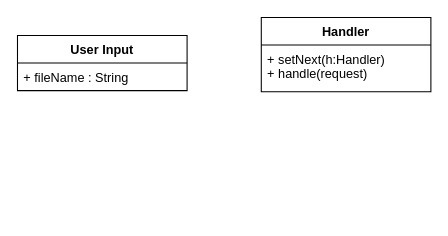
Before: Untitled Diagram.drawio in 335689832/Refactoring_AnswerCheck_GW_NC_SH, a draw.io diagram. Source tidied: cells renumbered, new cells numbered last; positions are measured from the earlier drawing's top-left corner, leaving out a move shared by most shapes. Both pictures are drawn from the tidied source at 106%, with x=0, y=0 at pixel (17, 17).
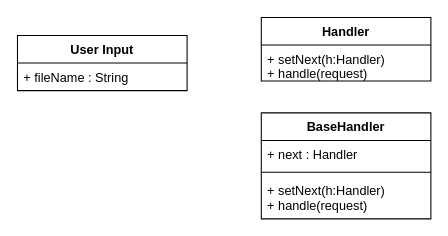
The same page after the edit.

The edit, as a diff of the source:
```diff
@@
 <mxGraphModel>
   <root>
     <mxCell id="0" />
     <mxCell id="1" parent="0" />
     <mxCell id="2" value="User Input" style="swimlane;fontStyle=1;align=center;verticalAlign=top;horizontal=1;startSize=26;" parent="1" vertex="1">
       <mxGeometry y="17" width="160" height="52" as="geometry" />
     </mxCell>
     <mxCell id="3" value="+ fileName : String" style="text;strokeColor=none;fillColor=none;align=left;verticalAlign=top;spacingLeft=4;spacingRight=4;overflow=hidden;" parent="2" vertex="1">
       <mxGeometry y="26" width="160" height="26" as="geometry" />
     </mxCell>
     <mxCell id="4" value="Handler" style="swimlane;fontStyle=1;align=center;verticalAlign=top;horizontal=1;startSize=26;" parent="1" vertex="1">
-      <mxGeometry x="230" width="160" height="70" as="geometry" />
+      <mxGeometry x="230" width="160" height="60" as="geometry" />
     </mxCell>
     <mxCell id="5" value="+ setNext(h:Handler)&#10;+ handle(request)" style="text;strokeColor=none;fillColor=none;align=left;verticalAlign=top;spacingLeft=4;spacingRight=4;overflow=hidden;" parent="4" vertex="1">
-      <mxGeometry y="26" width="160" height="44" as="geometry" />
+      <mxGeometry y="26" width="160" height="34" as="geometry" />
     </mxCell>
+    <mxCell id="6" value="BaseHandler" style="swimlane;fontStyle=1;align=center;verticalAlign=top;horizontal=1;startSize=26;" parent="1" vertex="1">
+      <mxGeometry x="230" y="90" width="160" height="100" as="geometry" />
+    </mxCell>
+    <mxCell id="7" value="+ next : Handler" style="text;strokeColor=none;fillColor=none;align=left;verticalAlign=top;spacingLeft=4;spacingRight=4;overflow=hidden;" parent="6" vertex="1">
+      <mxGeometry y="26" width="160" height="26" as="geometry" />
+    </mxCell>
+    <mxCell id="8" style="line;strokeWidth=1;fillColor=none;align=left;verticalAlign=middle;spacingTop=-1;spacingLeft=3;spacingRight=3;labelPosition=right;strokeColor=inherit;" parent="6" vertex="1">
+      <mxGeometry y="52" width="160" height="8" as="geometry" />
+    </mxCell>
+    <mxCell id="9" value="+ setNext(h:Handler)&#10;+ handle(request)" style="text;strokeColor=none;fillColor=none;align=left;verticalAlign=top;spacingLeft=4;spacingRight=4;overflow=hidden;" parent="6" vertex="1">
+      <mxGeometry y="60" width="160" height="40" as="geometry" />
+    </mxCell>
   </root>
 </mxGraphModel>
```
